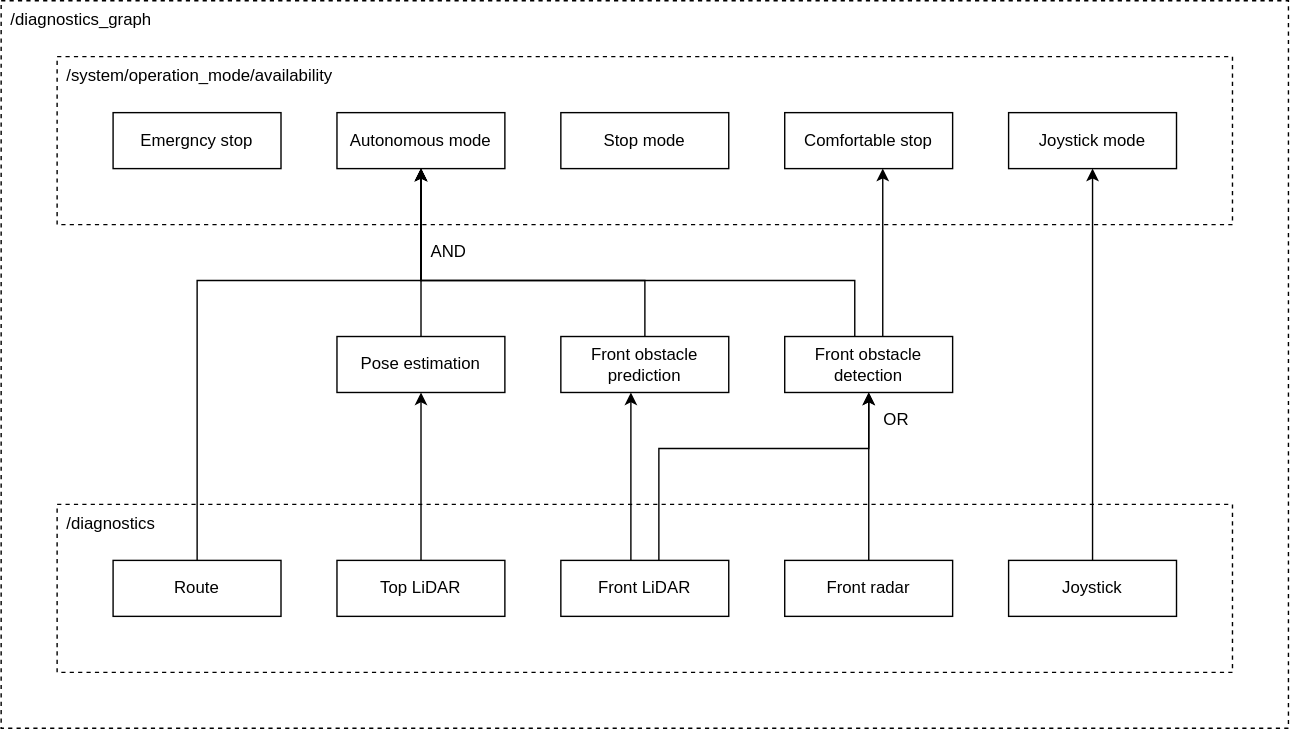
Before: system/system_diagnostic_graph/doc/overview.drawio.svg, a diagram exported from draw.io (autowarefoundation/autoware.universe). Source tidied: cells renumbered, new cells last; positions are measured from the earlier drawing's top-left corner, leaving out a move shared by most shapes.
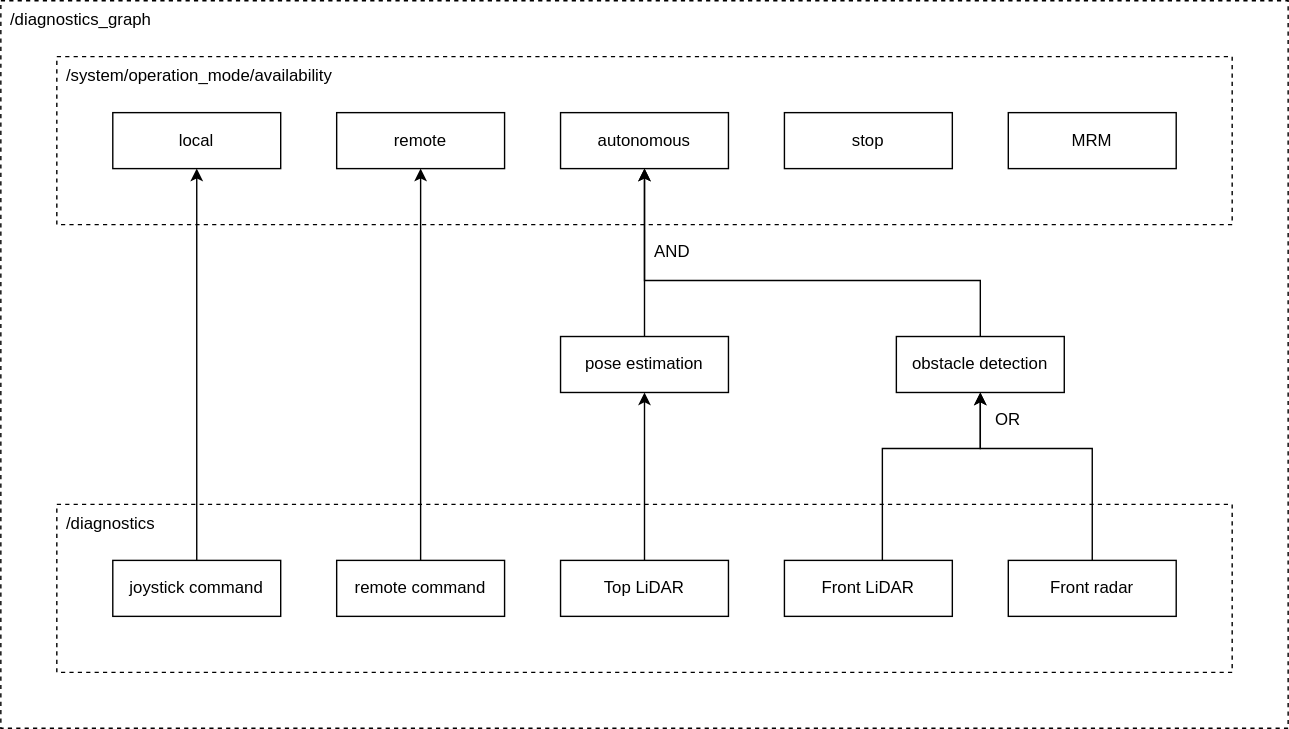
After the change.

The edit, as a diff of the source:
```diff
@@ -3,19 +3,19 @@
     <mxCell id="0" />
     <mxCell id="1" parent="0" />
     <mxCell id="2" value="/diagnostics_graph" style="rounded=0;whiteSpace=wrap;html=1;align=left;verticalAlign=top;spacingLeft=5;dashed=1;" parent="1" vertex="1">
-      <mxGeometry width="920" height="520" as="geometry" />
+      <mxGeometry x="-160" width="920" height="520" as="geometry" />
     </mxCell>
     <mxCell id="3" value="/system/operation_mode/availability" style="rounded=0;whiteSpace=wrap;html=1;align=left;verticalAlign=top;spacingLeft=5;dashed=1;" parent="1" vertex="1">
-      <mxGeometry x="40" y="40" width="840" height="120" as="geometry" />
+      <mxGeometry x="-120" y="40" width="840" height="120" as="geometry" />
     </mxCell>
     <mxCell id="4" value="/diagnostics" style="rounded=0;whiteSpace=wrap;html=1;align=left;verticalAlign=top;spacingLeft=5;dashed=1;" parent="1" vertex="1">
-      <mxGeometry x="40" y="360" width="840" height="120" as="geometry" />
+      <mxGeometry x="-120" y="360" width="840" height="120" as="geometry" />
     </mxCell>
     <mxCell id="5" style="edgeStyle=orthogonalEdgeStyle;rounded=0;jettySize=auto;html=1;" parent="1" edge="1" source="6" target="14">
       <mxGeometry relative="1" as="geometry">
         <Array as="points">
-          <mxPoint x="300" y="350" />
-          <mxPoint x="300" y="350" />
+          <mxPoint x="300" y="340" />
+          <mxPoint x="300" y="340" />
         </Array>
       </mxGeometry>
     </mxCell>
@@ -26,79 +26,55 @@
       <mxGeometry relative="1" as="geometry">
         <Array as="points">
           <mxPoint x="470" y="320" />
-          <mxPoint x="620" y="320" />
+          <mxPoint x="540" y="320" />
         </Array>
       </mxGeometry>
     </mxCell>
-    <mxCell id="8" style="edgeStyle=orthogonalEdgeStyle;rounded=0;jettySize=auto;html=1;" parent="1" edge="1" source="9" target="30">
-      <mxGeometry relative="1" as="geometry">
-        <Array as="points">
-          <mxPoint x="450" y="320" />
-          <mxPoint x="450" y="320" />
-        </Array>
-      </mxGeometry>
-    </mxCell>
     <mxCell id="9" value="Front LiDAR" style="rounded=0;whiteSpace=wrap;html=1;" parent="1" vertex="1">
       <mxGeometry x="400" y="400" width="120" height="40" as="geometry" />
     </mxCell>
     <mxCell id="10" style="edgeStyle=orthogonalEdgeStyle;rounded=0;jettySize=auto;html=1;" parent="1" edge="1" source="12" target="15">
       <mxGeometry relative="1" as="geometry">
         <Array as="points">
-          <mxPoint x="610" y="200" />
+          <mxPoint x="540" y="200" />
           <mxPoint x="300" y="200" />
         </Array>
       </mxGeometry>
     </mxCell>
-    <mxCell id="11" style="edgeStyle=orthogonalEdgeStyle;rounded=0;jettySize=auto;html=1;" parent="1" edge="1" source="12" target="16">
-      <mxGeometry relative="1" as="geometry">
-        <Array as="points">
-          <mxPoint x="630" y="200" />
-          <mxPoint x="630" y="200" />
-        </Array>
-      </mxGeometry>
-    </mxCell>
-    <mxCell id="12" value="Front obstacle detection" style="rounded=0;whiteSpace=wrap;html=1;" parent="1" vertex="1">
-      <mxGeometry x="560" y="240" width="120" height="40" as="geometry" />
+    <mxCell id="12" value="obstacle detection" style="rounded=0;whiteSpace=wrap;html=1;" parent="1" vertex="1">
+      <mxGeometry x="480" y="240" width="120" height="40" as="geometry" />
     </mxCell>
     <mxCell id="13" style="edgeStyle=orthogonalEdgeStyle;rounded=0;jettySize=auto;html=1;" parent="1" edge="1" source="14" target="15">
       <mxGeometry relative="1" as="geometry">
         <Array as="points">
-          <mxPoint x="300" y="180" />
-          <mxPoint x="300" y="180" />
+          <mxPoint x="300" y="160" />
+          <mxPoint x="300" y="160" />
         </Array>
       </mxGeometry>
     </mxCell>
-    <mxCell id="14" value="Pose estimation" style="rounded=0;whiteSpace=wrap;html=1;" parent="1" vertex="1">
+    <mxCell id="14" value="pose estimation" style="rounded=0;whiteSpace=wrap;html=1;" parent="1" vertex="1">
       <mxGeometry x="240" y="240" width="120" height="40" as="geometry" />
     </mxCell>
-    <mxCell id="15" value="Autonomous mode" style="rounded=0;whiteSpace=wrap;html=1;" parent="1" vertex="1">
+    <mxCell id="15" value="autonomous" style="rounded=0;whiteSpace=wrap;html=1;" parent="1" vertex="1">
       <mxGeometry x="240" y="80" width="120" height="40" as="geometry" />
     </mxCell>
-    <mxCell id="16" value="Comfortable stop" style="rounded=0;whiteSpace=wrap;html=1;" parent="1" vertex="1">
-      <mxGeometry x="560" y="80" width="120" height="40" as="geometry" />
-    </mxCell>
-    <mxCell id="17" value="Emergncy stop" style="rounded=0;whiteSpace=wrap;html=1;" parent="1" vertex="1">
+    <mxCell id="17" value="remote" style="rounded=0;whiteSpace=wrap;html=1;" parent="1" vertex="1">
       <mxGeometry x="80" y="80" width="120" height="40" as="geometry" />
     </mxCell>
-    <mxCell id="18" style="edgeStyle=orthogonalEdgeStyle;rounded=0;jettySize=auto;html=1;" parent="1" edge="1" source="19" target="15">
-      <mxGeometry relative="1" as="geometry">
-        <Array as="points">
-          <mxPoint x="140" y="200" />
-          <mxPoint x="300" y="200" />
-        </Array>
-      </mxGeometry>
-    </mxCell>
+    <mxCell id="31" style="edgeStyle=orthogonalEdgeStyle;rounded=0;html=1;" parent="1" edge="1" source="19" target="17">
+      <mxGeometry relative="1" as="geometry" />
+    </mxCell>
-    <mxCell id="19" value="Route" style="rounded=0;whiteSpace=wrap;html=1;" parent="1" vertex="1">
+    <mxCell id="19" value="remote command" style="rounded=0;whiteSpace=wrap;html=1;" parent="1" vertex="1">
       <mxGeometry x="80" y="400" width="120" height="40" as="geometry" />
     </mxCell>
-    <mxCell id="20" value="Joystick mode" style="rounded=0;whiteSpace=wrap;html=1;" parent="1" vertex="1">
-      <mxGeometry x="720" y="80" width="120" height="40" as="geometry" />
+    <mxCell id="20" value="local" style="rounded=0;whiteSpace=wrap;html=1;" parent="1" vertex="1">
+      <mxGeometry x="-80" y="80" width="120" height="40" as="geometry" />
     </mxCell>
     <mxCell id="21" style="edgeStyle=orthogonalEdgeStyle;rounded=0;jettySize=auto;html=1;" parent="1" edge="1" source="22" target="20">
       <mxGeometry relative="1" as="geometry" />
     </mxCell>
-    <mxCell id="22" value="Joystick" style="rounded=0;whiteSpace=wrap;html=1;" parent="1" vertex="1">
-      <mxGeometry x="720" y="400" width="120" height="40" as="geometry" />
+    <mxCell id="22" value="joystick command" style="rounded=0;whiteSpace=wrap;html=1;" parent="1" vertex="1">
+      <mxGeometry x="-80" y="400" width="120" height="40" as="geometry" />
     </mxCell>
     <mxCell id="23" value="AND" style="text;html=1;strokeColor=none;fillColor=none;align=center;verticalAlign=middle;whiteSpace=wrap;rounded=0;" parent="1" vertex="1">
       <mxGeometry x="300" y="170" width="40" height="20" as="geometry" />
@@ -112,14 +88,14 @@
         </Array>
       </mxGeometry>
     </mxCell>
-    <mxCell id="25" value="Stop mode" style="rounded=0;whiteSpace=wrap;html=1;" parent="1" vertex="1">
+    <mxCell id="25" value="stop" style="rounded=0;whiteSpace=wrap;html=1;" parent="1" vertex="1">
       <mxGeometry x="400" y="80" width="120" height="40" as="geometry" />
     </mxCell>
     <mxCell id="26" style="edgeStyle=orthogonalEdgeStyle;rounded=0;jettySize=auto;html=1;" parent="1" edge="1" source="27" target="12">
       <mxGeometry relative="1" as="geometry">
         <Array as="points">
-          <mxPoint x="620" y="290" />
-          <mxPoint x="620" y="290" />
+          <mxPoint x="620" y="320" />
+          <mxPoint x="540" y="320" />
         </Array>
       </mxGeometry>
     </mxCell>
@@ -127,18 +103,10 @@
       <mxGeometry x="560" y="400" width="120" height="40" as="geometry" />
     </mxCell>
     <mxCell id="28" value="OR" style="text;html=1;strokeColor=none;fillColor=none;align=center;verticalAlign=middle;whiteSpace=wrap;rounded=0;" parent="1" vertex="1">
-      <mxGeometry x="620" y="290" width="40" height="20" as="geometry" />
+      <mxGeometry x="540" y="290" width="40" height="20" as="geometry" />
     </mxCell>
-    <mxCell id="29" style="edgeStyle=orthogonalEdgeStyle;rounded=0;jettySize=auto;html=1;" parent="1" edge="1" source="30" target="15">
-      <mxGeometry relative="1" as="geometry">
-        <Array as="points">
-          <mxPoint x="460" y="200" />
-          <mxPoint x="300" y="200" />
-        </Array>
-      </mxGeometry>
-    </mxCell>
-    <mxCell id="30" value="Front obstacle prediction" style="rounded=0;whiteSpace=wrap;html=1;" parent="1" vertex="1">
-      <mxGeometry x="400" y="240" width="120" height="40" as="geometry" />
-    </mxCell>
+    <mxCell id="32" value="MRM" style="rounded=0;whiteSpace=wrap;html=1;" parent="1" vertex="1">
+      <mxGeometry x="560" y="80" width="120" height="40" as="geometry" />
+    </mxCell>
   </root>
 </mxGraphModel>
```
